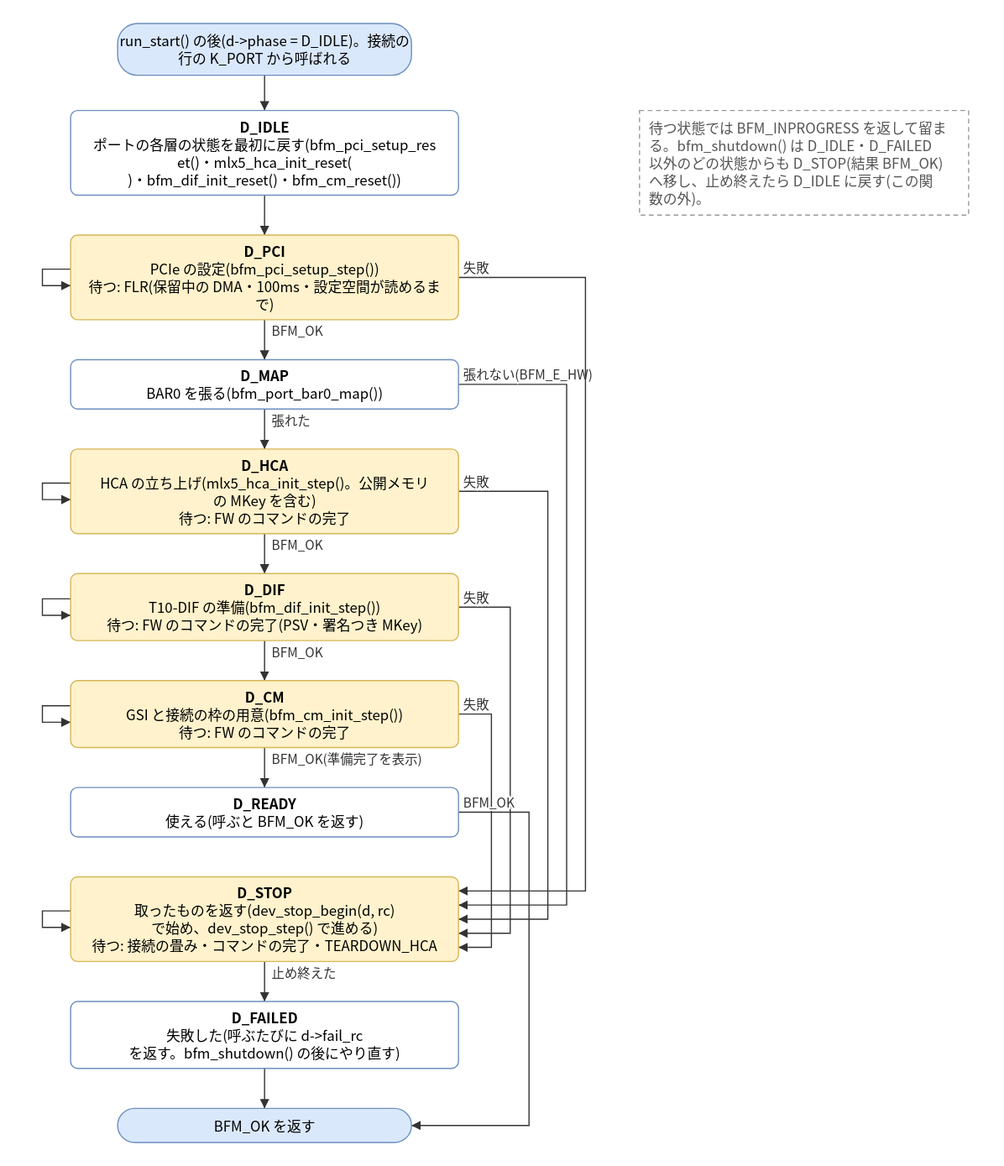
Before: doc/spec/images/state_src_bfm_core-bfm_dev_step.drawio.svg, a diagram exported from draw.io (hf355051012-ai/bfmem). Source tidied: cells renumbered, new cells last; positions are measured from the earlier drawing's top-left corner, leaving out a move shared by most shapes. Source of this version:
```xml
<mxGraphModel>
  <root>
    <mxCell id="0" />
    <mxCell id="1" parent="0" />
    <mxCell id="2" value="run_start() の後(d-&amp;gt;phase = D_IDLE)。接続の&lt;br&gt;行の K_PORT から呼ばれる" style="rounded=1;arcSize=50;whiteSpace=wrap;html=1;fillColor=#dae8fc;strokeColor=#6c8ebf;" parent="1" vertex="1">
      <mxGeometry x="64" width="250" height="44" as="geometry" />
    </mxCell>
    <mxCell id="3" value="D_IDLE&lt;br&gt;ポートの各層の状態を最初に戻す(bfm_pci_setup_res&lt;br&gt;et()・mlx5_hca_init_reset(&lt;br&gt;)・bfm_dif_init_reset()・bfm_cm_reset())" style="rounded=1;whiteSpace=wrap;html=1;fillColor=#ffffff;strokeColor=#6c8ebf;" parent="1" vertex="1">
      <mxGeometry x="24" y="74" width="330" height="72" as="geometry" />
    </mxCell>
    <mxCell id="4" value="D_PCI&lt;br&gt;PCIe の設定(bfm_pci_setup_step())&lt;br&gt;待つ: FLR(保留中の DMA・100ms・設定空間が読めるま&lt;br&gt;で)" style="rounded=1;whiteSpace=wrap;html=1;fillColor=#fff2cc;strokeColor=#d6b656;" parent="1" vertex="1">
      <mxGeometry x="24" y="180" width="330" height="72" as="geometry" />
    </mxCell>
    <mxCell id="5" value="D_MAP&lt;br&gt;BAR0 を張る(bfm_port_bar0_map())" style="rounded=1;whiteSpace=wrap;html=1;fillColor=#ffffff;strokeColor=#6c8ebf;" parent="1" vertex="1">
      <mxGeometry x="24" y="286" width="330" height="42" as="geometry" />
    </mxCell>
    <mxCell id="6" value="D_HCA&lt;br&gt;HCA の立ち上げ(mlx5_hca_init_step()。公開メモリ&lt;br&gt;の MKey を含む)&lt;br&gt;待つ: FW のコマンドの完了" style="rounded=1;whiteSpace=wrap;html=1;fillColor=#fff2cc;strokeColor=#d6b656;" parent="1" vertex="1">
      <mxGeometry x="24" y="362" width="330" height="72" as="geometry" />
    </mxCell>
    <mxCell id="7" value="D_DIF&lt;br&gt;T10-DIF の準備(bfm_dif_init_step())&lt;br&gt;待つ: FW のコマンドの完了(PSV・署名つき MKey)" style="rounded=1;whiteSpace=wrap;html=1;fillColor=#fff2cc;strokeColor=#d6b656;" parent="1" vertex="1">
      <mxGeometry x="24" y="468" width="330" height="57" as="geometry" />
    </mxCell>
    <mxCell id="8" value="D_CM&lt;br&gt;GSI と接続の枠の用意(bfm_cm_init_step())&lt;br&gt;待つ: FW のコマンドの完了" style="rounded=1;whiteSpace=wrap;html=1;fillColor=#fff2cc;strokeColor=#d6b656;" parent="1" vertex="1">
      <mxGeometry x="24" y="559" width="330" height="57" as="geometry" />
    </mxCell>
    <mxCell id="9" value="D_READY&lt;br&gt;使える(呼ぶと BFM_OK を返す)" style="rounded=1;whiteSpace=wrap;html=1;fillColor=#ffffff;strokeColor=#6c8ebf;" parent="1" vertex="1">
      <mxGeometry x="24" y="650" width="330" height="42" as="geometry" />
    </mxCell>
    <mxCell id="10" value="D_STOP&lt;br&gt;取ったものを返す(dev_stop_begin(d, rc)&lt;br&gt;で始め、dev_stop_step() で進める)&lt;br&gt;待つ: 接続の畳み・コマンドの完了・TEARDOWN_HCA" style="rounded=1;whiteSpace=wrap;html=1;fillColor=#fff2cc;strokeColor=#d6b656;" parent="1" vertex="1">
      <mxGeometry x="24" y="726" width="330" height="72" as="geometry" />
    </mxCell>
    <mxCell id="11" value="D_FAILED&lt;br&gt;失敗した(呼ぶたびに d-&amp;gt;fail_rc&lt;br&gt;を返す。bfm_shutdown() の後にやり直す)" style="rounded=1;whiteSpace=wrap;html=1;fillColor=#ffffff;strokeColor=#6c8ebf;" parent="1" vertex="1">
      <mxGeometry x="24" y="832" width="330" height="57" as="geometry" />
    </mxCell>
    <mxCell id="12" value="BFM_OK を返す" style="rounded=1;arcSize=50;whiteSpace=wrap;html=1;fillColor=#dae8fc;strokeColor=#6c8ebf;" parent="1" vertex="1">
      <mxGeometry x="64" y="923" width="250" height="29" as="geometry" />
    </mxCell>
    <mxCell id="13" value="待つ状態では BFM_INPROGRESS を返して留ま&lt;br&gt;る。bfm_shutdown() は D_IDLE・D_FAILED&lt;br&gt;以外のどの状態からも D_STOP(結果 BFM_OK)&lt;br&gt;へ移し、止め終えたら D_IDLE に戻す(この関&lt;br&gt;数の外)。" style="rounded=0;whiteSpace=wrap;html=1;dashed=1;strokeColor=#999999;fontColor=#555555;align=left;spacingLeft=8;" parent="1" vertex="1">
      <mxGeometry x="508" y="74" width="280" height="89" as="geometry" />
    </mxCell>
    <mxCell id="14" style="edgeStyle=none;html=1;rounded=0;endArrow=block;endFill=1;exitX=0.5000;exitY=1.0000;exitDx=0;exitDy=0;exitPerimeter=0;entryX=0.5000;entryY=0.0000;entryDx=0;entryDy=0;entryPerimeter=0;" parent="1" edge="1" source="2" target="3">
      <mxGeometry relative="1" as="geometry" />
    </mxCell>
    <mxCell id="15" style="edgeStyle=none;html=1;rounded=0;endArrow=block;endFill=1;exitX=0.5000;exitY=1.0000;exitDx=0;exitDy=0;exitPerimeter=0;entryX=0.5000;entryY=0.0000;entryDx=0;entryDy=0;entryPerimeter=0;" parent="1" edge="1" source="3" target="4">
      <mxGeometry relative="1" as="geometry" />
    </mxCell>
    <mxCell id="16" value="BFM_OK" style="edgeStyle=none;html=1;rounded=0;endArrow=block;endFill=1;exitX=0.5000;exitY=1.0000;exitDx=0;exitDy=0;exitPerimeter=0;entryX=0.5000;entryY=0.0000;entryDx=0;entryDy=0;entryPerimeter=0;" parent="1" edge="1" source="4" target="5">
      <mxGeometry relative="1" as="geometry" />
    </mxCell>
    <mxCell id="17" value="張れた" style="edgeStyle=none;html=1;rounded=0;endArrow=block;endFill=1;exitX=0.5000;exitY=1.0000;exitDx=0;exitDy=0;exitPerimeter=0;entryX=0.5000;entryY=0.0000;entryDx=0;entryDy=0;entryPerimeter=0;" parent="1" edge="1" source="5" target="6">
      <mxGeometry relative="1" as="geometry" />
    </mxCell>
    <mxCell id="18" value="BFM_OK" style="edgeStyle=none;html=1;rounded=0;endArrow=block;endFill=1;exitX=0.5000;exitY=1.0000;exitDx=0;exitDy=0;exitPerimeter=0;entryX=0.5000;entryY=0.0000;entryDx=0;entryDy=0;entryPerimeter=0;" parent="1" edge="1" source="6" target="7">
      <mxGeometry relative="1" as="geometry" />
    </mxCell>
    <mxCell id="19" value="BFM_OK" style="edgeStyle=none;html=1;rounded=0;endArrow=block;endFill=1;exitX=0.5000;exitY=1.0000;exitDx=0;exitDy=0;exitPerimeter=0;entryX=0.5000;entryY=0.0000;entryDx=0;entryDy=0;entryPerimeter=0;" parent="1" edge="1" source="7" target="8">
      <mxGeometry relative="1" as="geometry" />
    </mxCell>
    <mxCell id="20" value="BFM_OK(準備完了を表示)" style="edgeStyle=none;html=1;rounded=0;endArrow=block;endFill=1;exitX=0.5000;exitY=1.0000;exitDx=0;exitDy=0;exitPerimeter=0;entryX=0.5000;entryY=0.0000;entryDx=0;entryDy=0;entryPerimeter=0;" parent="1" edge="1" source="8" target="9">
      <mxGeometry relative="1" as="geometry" />
    </mxCell>
    <mxCell id="21" value="止め終えた" style="edgeStyle=none;html=1;rounded=0;endArrow=block;endFill=1;exitX=0.5000;exitY=1.0000;exitDx=0;exitDy=0;exitPerimeter=0;entryX=0.5000;entryY=0.0000;entryDx=0;entryDy=0;entryPerimeter=0;" parent="1" edge="1" source="10" target="11">
      <mxGeometry relative="1" as="geometry" />
    </mxCell>
    <mxCell id="22" style="edgeStyle=none;html=1;rounded=0;endArrow=block;endFill=1;exitX=0.5000;exitY=1.0000;exitDx=0;exitDy=0;exitPerimeter=0;entryX=0.5000;entryY=0.0000;entryDx=0;entryDy=0;entryPerimeter=0;" parent="1" edge="1" source="11" target="12">
      <mxGeometry relative="1" as="geometry" />
    </mxCell>
    <mxCell id="23" value="失敗" style="edgeStyle=none;html=1;rounded=0;endArrow=block;endFill=1;exitX=1.0000;exitY=0.5000;exitDx=0;exitDy=0;exitPerimeter=0;entryX=1.0000;entryY=0.8333;entryDx=0;entryDy=0;entryPerimeter=0;" parent="1" edge="1" source="8" target="10">
      <mxGeometry relative="1" as="geometry">
        <Array as="points">
          <mxPoint x="382" y="587.5" />
          <mxPoint x="382" y="786" />
        </Array>
      </mxGeometry>
    </mxCell>
    <mxCell id="24" value="失敗" style="edgeStyle=none;html=1;rounded=0;endArrow=block;endFill=1;exitX=1.0000;exitY=0.5000;exitDx=0;exitDy=0;exitPerimeter=0;entryX=1.0000;entryY=0.6667;entryDx=0;entryDy=0;entryPerimeter=0;" parent="1" edge="1" source="7" target="10">
      <mxGeometry relative="1" as="geometry">
        <Array as="points">
          <mxPoint x="398" y="496.5" />
          <mxPoint x="398" y="774" />
        </Array>
      </mxGeometry>
    </mxCell>
    <mxCell id="25" value="BFM_OK" style="edgeStyle=none;html=1;rounded=0;endArrow=block;endFill=1;exitX=1.0000;exitY=0.5000;exitDx=0;exitDy=0;exitPerimeter=0;entryX=1.0000;entryY=0.5000;entryDx=0;entryDy=0;entryPerimeter=0;" parent="1" edge="1" source="9" target="12">
      <mxGeometry relative="1" as="geometry">
        <Array as="points">
          <mxPoint x="414" y="671" />
          <mxPoint x="414" y="937.5" />
        </Array>
      </mxGeometry>
    </mxCell>
    <mxCell id="26" value="失敗" style="edgeStyle=none;html=1;rounded=0;endArrow=block;endFill=1;exitX=1.0000;exitY=0.5000;exitDx=0;exitDy=0;exitPerimeter=0;entryX=1.0000;entryY=0.5000;entryDx=0;entryDy=0;entryPerimeter=0;" parent="1" edge="1" source="6" target="10">
      <mxGeometry relative="1" as="geometry">
        <Array as="points">
          <mxPoint x="430" y="398" />
          <mxPoint x="430" y="762" />
        </Array>
      </mxGeometry>
    </mxCell>
    <mxCell id="27" value="張れない(BFM_E_HW)" style="edgeStyle=none;html=1;rounded=0;endArrow=block;endFill=1;exitX=1.0000;exitY=0.5000;exitDx=0;exitDy=0;exitPerimeter=0;entryX=1.0000;entryY=0.3333;entryDx=0;entryDy=0;entryPerimeter=0;" parent="1" edge="1" source="5" target="10">
      <mxGeometry relative="1" as="geometry">
        <Array as="points">
          <mxPoint x="446" y="307" />
          <mxPoint x="446" y="750" />
        </Array>
      </mxGeometry>
    </mxCell>
    <mxCell id="28" value="失敗" style="edgeStyle=none;html=1;rounded=0;endArrow=block;endFill=1;exitX=1.0000;exitY=0.5000;exitDx=0;exitDy=0;exitPerimeter=0;entryX=1.0000;entryY=0.1667;entryDx=0;entryDy=0;entryPerimeter=0;" parent="1" edge="1" source="4" target="10">
      <mxGeometry relative="1" as="geometry">
        <Array as="points">
          <mxPoint x="462" y="216" />
          <mxPoint x="462" y="738" />
        </Array>
      </mxGeometry>
    </mxCell>
    <mxCell id="29" style="edgeStyle=none;html=1;rounded=0;endArrow=block;endFill=1;exitX=0.0000;exitY=0.4028;exitDx=0;exitDy=0;exitPerimeter=0;entryX=0.0000;entryY=0.5972;entryDx=0;entryDy=0;entryPerimeter=0;" parent="1" edge="1" source="4" target="4">
      <mxGeometry relative="1" as="geometry">
        <Array as="points">
          <mxPoint y="209" />
          <mxPoint y="223" />
        </Array>
      </mxGeometry>
    </mxCell>
    <mxCell id="30" style="edgeStyle=none;html=1;rounded=0;endArrow=block;endFill=1;exitX=0.0000;exitY=0.4028;exitDx=0;exitDy=0;exitPerimeter=0;entryX=0.0000;entryY=0.5972;entryDx=0;entryDy=0;entryPerimeter=0;" parent="1" edge="1" source="6" target="6">
      <mxGeometry relative="1" as="geometry">
        <Array as="points">
          <mxPoint y="391" />
          <mxPoint y="405" />
        </Array>
      </mxGeometry>
    </mxCell>
    <mxCell id="31" style="edgeStyle=none;html=1;rounded=0;endArrow=block;endFill=1;exitX=0.0000;exitY=0.3772;exitDx=0;exitDy=0;exitPerimeter=0;entryX=0.0000;entryY=0.6228;entryDx=0;entryDy=0;entryPerimeter=0;" parent="1" edge="1" source="7" target="7">
      <mxGeometry relative="1" as="geometry">
        <Array as="points">
          <mxPoint y="489.5" />
          <mxPoint y="503.5" />
        </Array>
      </mxGeometry>
    </mxCell>
    <mxCell id="32" style="edgeStyle=none;html=1;rounded=0;endArrow=block;endFill=1;exitX=0.0000;exitY=0.3772;exitDx=0;exitDy=0;exitPerimeter=0;entryX=0.0000;entryY=0.6228;entryDx=0;entryDy=0;entryPerimeter=0;" parent="1" edge="1" source="8" target="8">
      <mxGeometry relative="1" as="geometry">
        <Array as="points">
          <mxPoint y="580.5" />
          <mxPoint y="594.5" />
        </Array>
      </mxGeometry>
    </mxCell>
    <mxCell id="33" style="edgeStyle=none;html=1;rounded=0;endArrow=block;endFill=1;exitX=0.0000;exitY=0.4028;exitDx=0;exitDy=0;exitPerimeter=0;entryX=0.0000;entryY=0.5972;entryDx=0;entryDy=0;entryPerimeter=0;" parent="1" edge="1" source="10" target="10">
      <mxGeometry relative="1" as="geometry">
        <Array as="points">
          <mxPoint y="755" />
          <mxPoint y="769" />
        </Array>
      </mxGeometry>
    </mxCell>
  </root>
</mxGraphModel>
```
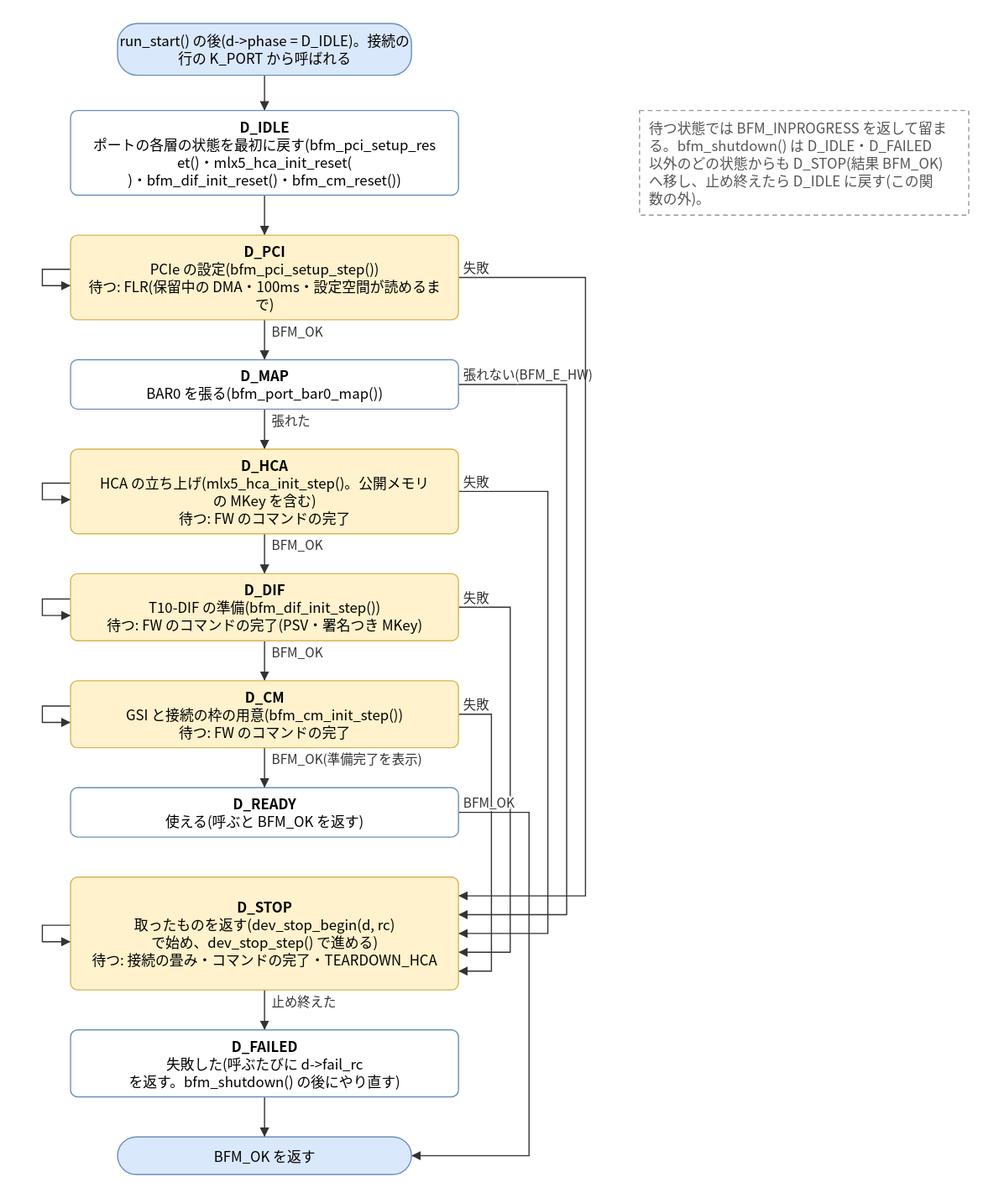
Later version of the same file.

Change to the diagram source:
```diff
@@ -27,13 +27,13 @@
       <mxGeometry x="24" y="650" width="330" height="42" as="geometry" />
     </mxCell>
     <mxCell id="10" value="D_STOP&lt;br&gt;取ったものを返す(dev_stop_begin(d, rc)&lt;br&gt;で始め、dev_stop_step() で進める)&lt;br&gt;待つ: 接続の畳み・コマンドの完了・TEARDOWN_HCA" style="rounded=1;whiteSpace=wrap;html=1;fillColor=#fff2cc;strokeColor=#d6b656;" parent="1" vertex="1">
-      <mxGeometry x="24" y="726" width="330" height="72" as="geometry" />
+      <mxGeometry x="24" y="726" width="330" height="96" as="geometry" />
     </mxCell>
     <mxCell id="11" value="D_FAILED&lt;br&gt;失敗した(呼ぶたびに d-&amp;gt;fail_rc&lt;br&gt;を返す。bfm_shutdown() の後にやり直す)" style="rounded=1;whiteSpace=wrap;html=1;fillColor=#ffffff;strokeColor=#6c8ebf;" parent="1" vertex="1">
-      <mxGeometry x="24" y="832" width="330" height="57" as="geometry" />
+      <mxGeometry x="24" y="856" width="330" height="57" as="geometry" />
     </mxCell>
     <mxCell id="12" value="BFM_OK を返す" style="rounded=1;arcSize=50;whiteSpace=wrap;html=1;fillColor=#dae8fc;strokeColor=#6c8ebf;" parent="1" vertex="1">
-      <mxGeometry x="64" y="923" width="250" height="29" as="geometry" />
+      <mxGeometry x="64" y="947" width="250" height="32" as="geometry" />
     </mxCell>
     <mxCell id="13" value="待つ状態では BFM_INPROGRESS を返して留ま&lt;br&gt;る。bfm_shutdown() は D_IDLE・D_FAILED&lt;br&gt;以外のどの状態からも D_STOP(結果 BFM_OK)&lt;br&gt;へ移し、止め終えたら D_IDLE に戻す(この関&lt;br&gt;数の外)。" style="rounded=0;whiteSpace=wrap;html=1;dashed=1;strokeColor=#999999;fontColor=#555555;align=left;spacingLeft=8;" parent="1" vertex="1">
       <mxGeometry x="508" y="74" width="280" height="89" as="geometry" />
@@ -69,7 +69,7 @@
       <mxGeometry relative="1" as="geometry">
         <Array as="points">
           <mxPoint x="382" y="587.5" />
-          <mxPoint x="382" y="786" />
+          <mxPoint x="382" y="806" />
         </Array>
       </mxGeometry>
     </mxCell>
@@ -77,7 +77,7 @@
       <mxGeometry relative="1" as="geometry">
         <Array as="points">
           <mxPoint x="398" y="496.5" />
-          <mxPoint x="398" y="774" />
+          <mxPoint x="398" y="790" />
         </Array>
       </mxGeometry>
     </mxCell>
@@ -85,7 +85,7 @@
       <mxGeometry relative="1" as="geometry">
         <Array as="points">
           <mxPoint x="414" y="671" />
-          <mxPoint x="414" y="937.5" />
+          <mxPoint x="414" y="963" />
         </Array>
       </mxGeometry>
     </mxCell>
@@ -93,7 +93,7 @@
       <mxGeometry relative="1" as="geometry">
         <Array as="points">
           <mxPoint x="430" y="398" />
-          <mxPoint x="430" y="762" />
+          <mxPoint x="430" y="774" />
         </Array>
       </mxGeometry>
     </mxCell>
@@ -101,7 +101,7 @@
       <mxGeometry relative="1" as="geometry">
         <Array as="points">
           <mxPoint x="446" y="307" />
-          <mxPoint x="446" y="750" />
+          <mxPoint x="446" y="758" />
         </Array>
       </mxGeometry>
     </mxCell>
@@ -109,7 +109,7 @@
       <mxGeometry relative="1" as="geometry">
         <Array as="points">
           <mxPoint x="462" y="216" />
-          <mxPoint x="462" y="738" />
+          <mxPoint x="462" y="742" />
         </Array>
       </mxGeometry>
     </mxCell>
@@ -145,11 +145,11 @@
         </Array>
       </mxGeometry>
     </mxCell>
-    <mxCell id="33" style="edgeStyle=none;html=1;rounded=0;endArrow=block;endFill=1;exitX=0.0000;exitY=0.4028;exitDx=0;exitDy=0;exitPerimeter=0;entryX=0.0000;entryY=0.5972;entryDx=0;entryDy=0;entryPerimeter=0;" parent="1" edge="1" source="10" target="10">
+    <mxCell id="33" style="edgeStyle=none;html=1;rounded=0;endArrow=block;endFill=1;exitX=0.0000;exitY=0.4271;exitDx=0;exitDy=0;exitPerimeter=0;entryX=0.0000;entryY=0.5729;entryDx=0;entryDy=0;entryPerimeter=0;" parent="1" edge="1" source="10" target="10">
       <mxGeometry relative="1" as="geometry">
         <Array as="points">
-          <mxPoint y="755" />
-          <mxPoint y="769" />
+          <mxPoint y="767" />
+          <mxPoint y="781" />
         </Array>
       </mxGeometry>
     </mxCell>
```
